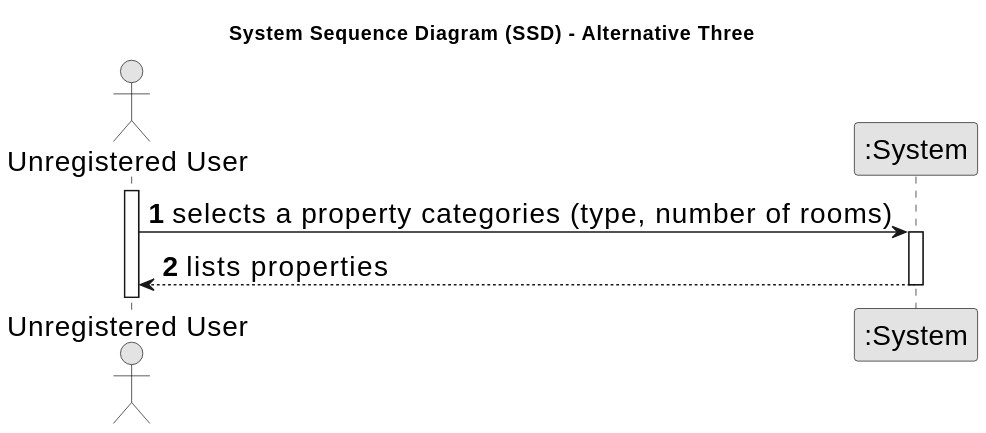
Earlier version of the PlantUML export docs/sprintA/us001/01.requirements-engineering/svg/us001-system-sequence-diagram-alternative-three.svg (Goncalves2525/real-estate-management-system).
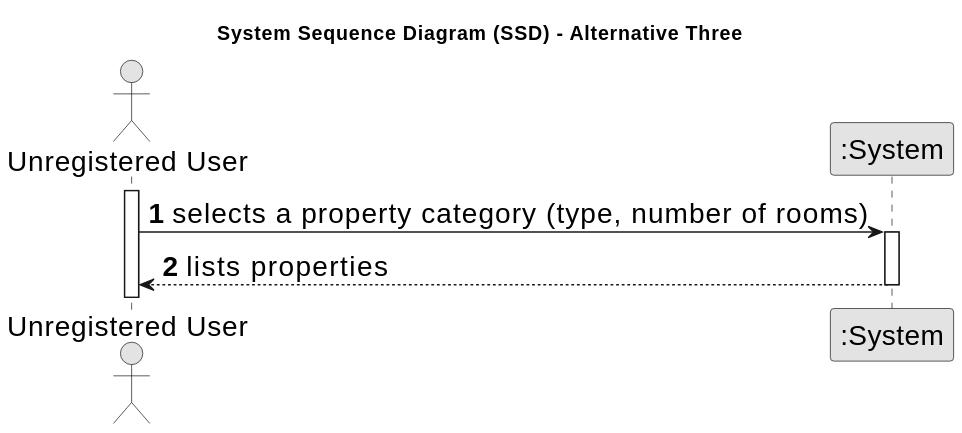
After the change.

What changed in the source:
```diff
@@ -13,7 +13,7 @@
 
 activate User
 
-    User -> System : selects a property categories (type, number of rooms)
+    User -> System : selects a property category (type, number of rooms)
     activate System
 
         System --> User : lists properties
```
